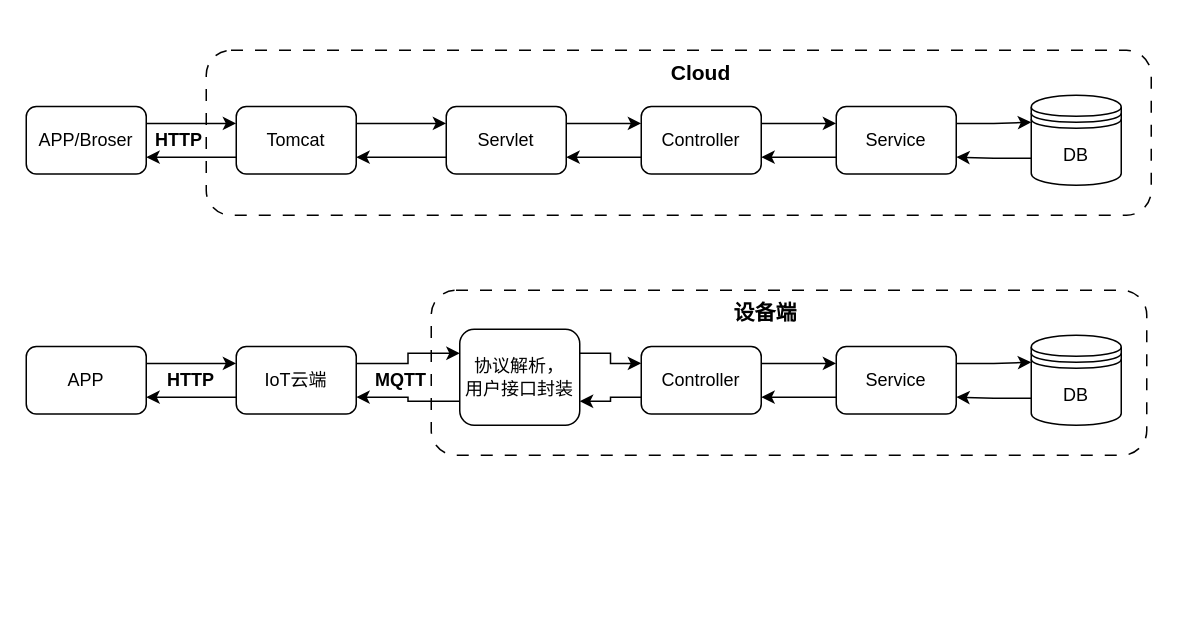
Above: 三层架构开发技术文章配图.drawio in xunzhaoxusanduo/1-drawio (draw.io), before the change. Source tidied: cells renumbered, new cells numbered last; positions are measured from the earlier drawing's top-left corner, leaving out a move shared by most shapes. Both pictures are drawn from the tidied source at 150%, with x=0, y=0 at pixel (26, 50).
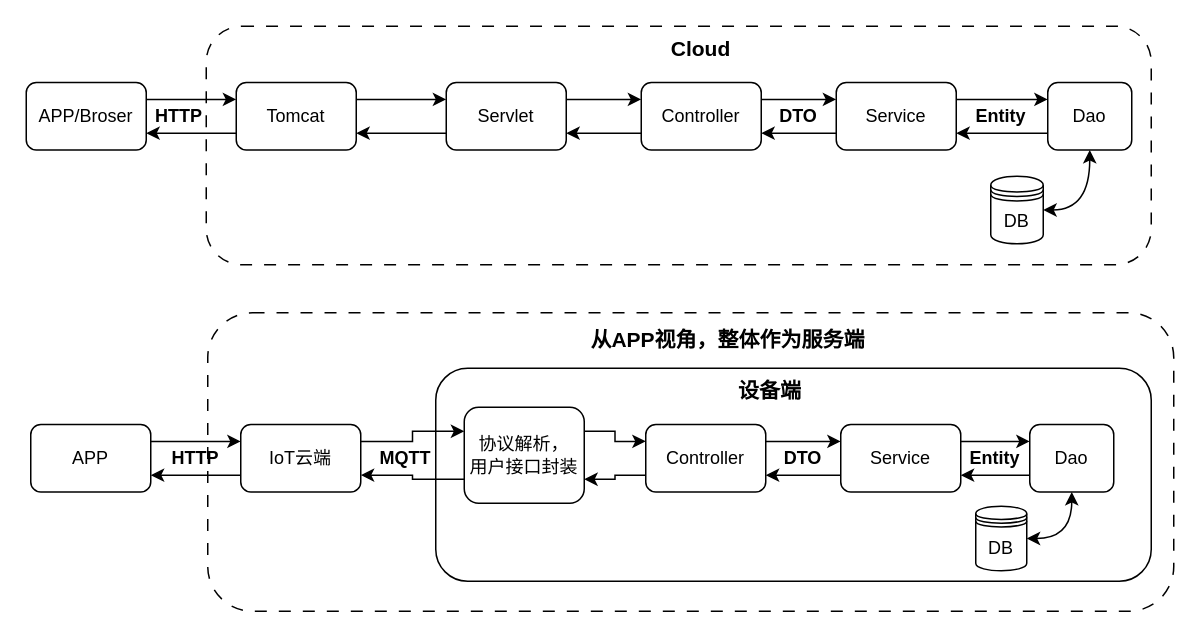
The same page after the edit.

Commit message (it also covers changes not shown here):
更新三层架构开发技术文章配图.drawio

Change to the diagram source:
```diff
@@
+    <mxCell id="41" style="rounded=1;whiteSpace=wrap;html=1;dashed=1;dashPattern=8 8;" parent="1" vertex="1">
+      <mxGeometry x="121" y="175" width="644" height="199" as="geometry" />
+    </mxCell>
     <mxCell id="2" style="rounded=1;whiteSpace=wrap;html=1;dashed=1;dashPattern=8 8;" parent="1" vertex="1">
-      <mxGeometry x="120" width="630" height="110" as="geometry" />
+      <mxGeometry x="120" y="-16" width="630" height="159" as="geometry" />
     </mxCell>
-    <mxCell id="3" style="rounded=1;whiteSpace=wrap;html=1;dashed=1;dashPattern=8 8;" parent="1" vertex="1">
-      <mxGeometry x="270" y="160" width="477" height="110" as="geometry" />
+    <mxCell id="3" style="rounded=1;whiteSpace=wrap;html=1;" parent="1" vertex="1">
+      <mxGeometry x="273" y="212" width="477" height="142" as="geometry" />
     </mxCell>
-    <mxCell id="4" style="edgeStyle=orthogonalEdgeStyle;rounded=0;jettySize=auto;html=1;exitX=0;exitY=0.7;exitDx=0;exitDy=0;entryX=1;entryY=0.75;entryDx=0;entryDy=0;" parent="1" edge="1" source="5" target="19">
-      <mxGeometry relative="1" as="geometry" />
-    </mxCell>
+    <mxCell id="42" style="edgeStyle=orthogonalEdgeStyle;rounded=0;jettySize=auto;html=1;exitX=1;exitY=0.5;exitDx=0;exitDy=0;entryX=0.5;entryY=1;entryDx=0;entryDy=0;curved=1;strokeColor=default;startArrow=classic;startFill=1;" parent="1" edge="1" source="5" target="49">
+      <mxGeometry relative="1" as="geometry" />
+    </mxCell>
     <mxCell id="5" value="DB" style="shape=datastore;whiteSpace=wrap;html=1;" parent="1" vertex="1">
-      <mxGeometry x="670" y="30" width="60" height="60" as="geometry" />
+      <mxGeometry x="643" y="84" width="35" height="45" as="geometry" />
     </mxCell>
@@
     <mxCell id="7" value="APP/Broser" style="rounded=1;whiteSpace=wrap;html=1;" parent="1" vertex="1">
-      <mxGeometry y="37.5" width="80" height="45" as="geometry" />
+      <mxGeometry y="21.5" width="80" height="45" as="geometry" />
     </mxCell>
@@
     <mxCell id="10" value="Tomcat" style="rounded=1;whiteSpace=wrap;html=1;" parent="1" vertex="1">
-      <mxGeometry x="140" y="37.5" width="80" height="45" as="geometry" />
+      <mxGeometry x="140" y="21.5" width="80" height="45" as="geometry" />
     </mxCell>
@@
     <mxCell id="13" value="Servlet" style="rounded=1;whiteSpace=wrap;html=1;" parent="1" vertex="1">
-      <mxGeometry x="280" y="37.5" width="80" height="45" as="geometry" />
+      <mxGeometry x="280" y="21.5" width="80" height="45" as="geometry" />
     </mxCell>
@@
     <mxCell id="16" value="Controller" style="rounded=1;whiteSpace=wrap;html=1;" parent="1" vertex="1">
-      <mxGeometry x="410" y="37.5" width="80" height="45" as="geometry" />
+      <mxGeometry x="410" y="21.5" width="80" height="45" as="geometry" />
     </mxCell>
@@
-    <mxCell id="18" style="edgeStyle=orthogonalEdgeStyle;rounded=0;jettySize=auto;html=1;exitX=1;exitY=0.25;exitDx=0;exitDy=0;entryX=0;entryY=0.3;entryDx=0;entryDy=0;" parent="1" edge="1" source="19" target="5">
-      <mxGeometry relative="1" as="geometry" />
-    </mxCell>
+    <mxCell id="43" style="edgeStyle=orthogonalEdgeStyle;rounded=0;jettySize=auto;html=1;exitX=1;exitY=0.25;exitDx=0;exitDy=0;entryX=0;entryY=0.25;entryDx=0;entryDy=0;" parent="1" edge="1" source="19" target="49">
+      <mxGeometry relative="1" as="geometry" />
+    </mxCell>
     <mxCell id="19" value="Service" style="rounded=1;whiteSpace=wrap;html=1;" parent="1" vertex="1">
-      <mxGeometry x="540" y="37.5" width="80" height="45" as="geometry" />
+      <mxGeometry x="540" y="21.5" width="80" height="45" as="geometry" />
     </mxCell>
-    <mxCell id="20" style="edgeStyle=orthogonalEdgeStyle;rounded=0;jettySize=auto;html=1;exitX=0;exitY=0.7;exitDx=0;exitDy=0;entryX=1;entryY=0.75;entryDx=0;entryDy=0;" parent="1" edge="1" source="21" target="35">
-      <mxGeometry relative="1" as="geometry" />
-    </mxCell>
-    <mxCell id="21" value="DB" style="shape=datastore;whiteSpace=wrap;html=1;" parent="1" vertex="1">
-      <mxGeometry x="670" y="190" width="60" height="60" as="geometry" />
-    </mxCell>
@@
     <mxCell id="23" value="APP" style="rounded=1;whiteSpace=wrap;html=1;" parent="1" vertex="1">
-      <mxGeometry y="197.5" width="80" height="45" as="geometry" />
+      <mxGeometry x="3" y="249.5" width="80" height="45" as="geometry" />
     </mxCell>
@@
     <mxCell id="26" value="IoT云端" style="rounded=1;whiteSpace=wrap;html=1;" parent="1" vertex="1">
-      <mxGeometry x="140" y="197.5" width="80" height="45" as="geometry" />
+      <mxGeometry x="143" y="249.5" width="80" height="45" as="geometry" />
     </mxCell>
@@
     <mxCell id="29" value="协议解析，&lt;br&gt;用户接口封装" style="rounded=1;whiteSpace=wrap;html=1;" parent="1" vertex="1">
-      <mxGeometry x="289" y="186" width="80" height="64" as="geometry" />
+      <mxGeometry x="292" y="238" width="80" height="64" as="geometry" />
     </mxCell>
@@
     <mxCell id="32" value="Controller" style="rounded=1;whiteSpace=wrap;html=1;" parent="1" vertex="1">
-      <mxGeometry x="410" y="197.5" width="80" height="45" as="geometry" />
+      <mxGeometry x="413" y="249.5" width="80" height="45" as="geometry" />
     </mxCell>
@@
-    <mxCell id="34" style="edgeStyle=orthogonalEdgeStyle;rounded=0;jettySize=auto;html=1;exitX=1;exitY=0.25;exitDx=0;exitDy=0;entryX=0;entryY=0.3;entryDx=0;entryDy=0;" parent="1" edge="1" source="35" target="21">
-      <mxGeometry relative="1" as="geometry" />
-    </mxCell>
+    <mxCell id="44" style="edgeStyle=orthogonalEdgeStyle;rounded=0;jettySize=auto;html=1;exitX=1;exitY=0.25;exitDx=0;exitDy=0;entryX=0;entryY=0.25;entryDx=0;entryDy=0;" parent="1" edge="1" source="35" target="53">
+      <mxGeometry relative="1" as="geometry" />
+    </mxCell>
     <mxCell id="35" value="Service" style="rounded=1;whiteSpace=wrap;html=1;" parent="1" vertex="1">
-      <mxGeometry x="540" y="197.5" width="80" height="45" as="geometry" />
+      <mxGeometry x="543" y="249.5" width="80" height="45" as="geometry" />
     </mxCell>
     <mxCell id="36" value="&lt;b&gt;&lt;font style=&quot;font-size: 14px;&quot;&gt;Cloud&lt;/font&gt;&lt;/b&gt;" style="text;html=1;strokeColor=none;fillColor=none;align=center;verticalAlign=middle;whiteSpace=wrap;rounded=0;" parent="1" vertex="1">
-      <mxGeometry x="425" y="10" width="50" height="10" as="geometry" />
+      <mxGeometry x="425" y="-6" width="50" height="10" as="geometry" />
     </mxCell>
     <mxCell id="37" value="&lt;b&gt;&lt;font style=&quot;font-size: 14px;&quot;&gt;设备端&lt;/font&gt;&lt;/b&gt;" style="text;html=1;strokeColor=none;fillColor=none;align=center;verticalAlign=middle;whiteSpace=wrap;rounded=0;" parent="1" vertex="1">
-      <mxGeometry x="468" y="170" width="50" height="10" as="geometry" />
+      <mxGeometry x="471" y="222" width="50" height="10" as="geometry" />
     </mxCell>
     <mxCell id="38" value="&lt;b&gt;HTTP&lt;/b&gt;" style="text;html=1;strokeColor=none;fillColor=none;align=center;verticalAlign=middle;whiteSpace=wrap;rounded=0;" parent="1" vertex="1">
-      <mxGeometry x="72" y="45" width="60" height="30" as="geometry" />
+      <mxGeometry x="72" y="29" width="60" height="30" as="geometry" />
     </mxCell>
     <mxCell id="39" value="&lt;b&gt;HTTP&lt;/b&gt;" style="text;html=1;strokeColor=none;fillColor=none;align=center;verticalAlign=middle;whiteSpace=wrap;rounded=0;" parent="1" vertex="1">
-      <mxGeometry x="80" y="205" width="60" height="30" as="geometry" />
+      <mxGeometry x="83" y="257" width="60" height="30" as="geometry" />
     </mxCell>
     <mxCell id="40" value="&lt;b&gt;MQTT&lt;/b&gt;" style="text;html=1;strokeColor=none;fillColor=none;align=center;verticalAlign=middle;whiteSpace=wrap;rounded=0;" parent="1" vertex="1">
-      <mxGeometry x="220" y="205" width="60" height="30" as="geometry" />
+      <mxGeometry x="223" y="257" width="60" height="30" as="geometry" />
     </mxCell>
+    <mxCell id="45" value="&lt;span style=&quot;font-size: 14px;&quot;&gt;&lt;b&gt;从APP视角，整体作为服务端&lt;/b&gt;&lt;/span&gt;" style="text;html=1;strokeColor=none;fillColor=none;align=center;verticalAlign=middle;whiteSpace=wrap;rounded=0;" parent="1" vertex="1">
+      <mxGeometry x="369" y="188" width="198" height="10" as="geometry" />
+    </mxCell>
+    <mxCell id="46" value="&lt;b&gt;DTO&lt;/b&gt;" style="text;html=1;strokeColor=none;fillColor=none;align=center;verticalAlign=middle;whiteSpace=wrap;rounded=0;" parent="1" vertex="1">
+      <mxGeometry x="485" y="29" width="60" height="30" as="geometry" />
+    </mxCell>
+    <mxCell id="47" value="&lt;b&gt;DTO&lt;/b&gt;" style="text;html=1;strokeColor=none;fillColor=none;align=center;verticalAlign=middle;whiteSpace=wrap;rounded=0;" parent="1" vertex="1">
+      <mxGeometry x="488" y="257" width="60" height="30" as="geometry" />
+    </mxCell>
+    <mxCell id="48" style="edgeStyle=orthogonalEdgeStyle;rounded=0;jettySize=auto;html=1;exitX=0;exitY=0.75;exitDx=0;exitDy=0;entryX=1;entryY=0.75;entryDx=0;entryDy=0;" parent="1" edge="1" source="49" target="19">
+      <mxGeometry relative="1" as="geometry" />
+    </mxCell>
+    <mxCell id="49" value="Dao" style="rounded=1;whiteSpace=wrap;html=1;" parent="1" vertex="1">
+      <mxGeometry x="681" y="21.5" width="56" height="45" as="geometry" />
+    </mxCell>
+    <mxCell id="50" value="&lt;b&gt;Entity&lt;/b&gt;" style="text;html=1;strokeColor=none;fillColor=none;align=center;verticalAlign=middle;whiteSpace=wrap;rounded=0;" parent="1" vertex="1">
+      <mxGeometry x="620" y="29" width="60" height="30" as="geometry" />
+    </mxCell>
+    <mxCell id="51" style="edgeStyle=orthogonalEdgeStyle;rounded=0;jettySize=auto;html=1;entryX=0.5;entryY=1;entryDx=0;entryDy=0;curved=1;startArrow=classic;startFill=1;" parent="1" edge="1" source="21" target="53">
+      <mxGeometry relative="1" as="geometry" />
+    </mxCell>
+    <mxCell id="21" value="DB" style="shape=datastore;whiteSpace=wrap;html=1;" parent="1" vertex="1">
+      <mxGeometry x="633" y="304" width="34" height="43" as="geometry" />
+    </mxCell>
+    <mxCell id="52" style="edgeStyle=orthogonalEdgeStyle;rounded=0;jettySize=auto;html=1;exitX=0;exitY=0.75;exitDx=0;exitDy=0;entryX=1;entryY=0.75;entryDx=0;entryDy=0;" parent="1" edge="1" source="53" target="35">
+      <mxGeometry relative="1" as="geometry" />
+    </mxCell>
+    <mxCell id="53" value="Dao" style="rounded=1;whiteSpace=wrap;html=1;" parent="1" vertex="1">
+      <mxGeometry x="669" y="249.5" width="56" height="45" as="geometry" />
+    </mxCell>
+    <mxCell id="54" value="&lt;b&gt;Entity&lt;/b&gt;" style="text;html=1;strokeColor=none;fillColor=none;align=center;verticalAlign=middle;whiteSpace=wrap;rounded=0;" parent="1" vertex="1">
+      <mxGeometry x="616" y="257" width="60" height="30" as="geometry" />
+    </mxCell>
```
